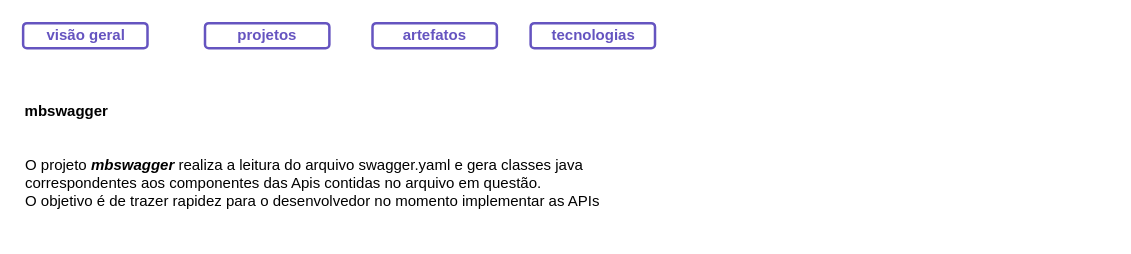
andretrindade/mock-bank-project keeps this draw.io diagram as page "mbswagger" (10 of 18) of as-is-mock-bank.drawio. Above is the earlier version. Source tidied: cells renumbered, new cells numbered last; positions are measured from the earlier drawing's top-left corner, leaving out a move shared by most shapes. Both pictures are drawn from the tidied source at 125%, with x=0, y=0 at pixel (22, 22).
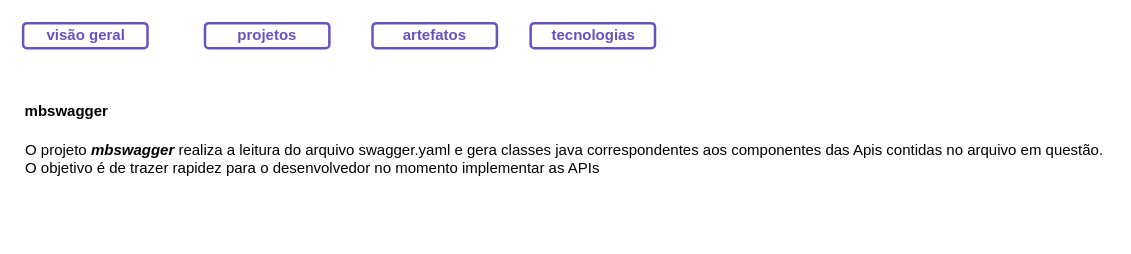
The same page after the edit.

Commit message (it also covers changes not shown here):
feat - adiciona arquivo drawio

The edit, as a diff of the source:
```diff
@@
 <mxGraphModel>
   <root>
     <mxCell id="0" />
     <mxCell id="1" parent="0" />
     <mxCell id="2" value="mbswagger" style="text;html=1;align=center;verticalAlign=middle;whiteSpace=wrap;rounded=0;fontStyle=1;" parent="1" vertex="1">
       <mxGeometry x="5" y="56" width="60" height="30" as="geometry" />
     </mxCell>
-    <mxCell id="3" value="O projeto &lt;i&gt;&lt;b&gt;mbswagger&lt;/b&gt;&lt;/i&gt; realiza a leitura do arquivo swagger.yaml e gera classes java correspondentes aos componentes das Apis contidas no arquivo em questão.&lt;div&gt;O objetivo é de trazer rapidez para o desenvolvedor no momento implementar as APIs&amp;nbsp;&lt;/div&gt;" style="text;html=1;align=left;verticalAlign=middle;whiteSpace=wrap;rounded=0;" parent="1" vertex="1">
-      <mxGeometry y="88" width="500" height="80" as="geometry" />
+    <mxCell id="3" value="O projeto &lt;i&gt;&lt;b&gt;mbswagger&lt;/b&gt;&lt;/i&gt; realiza a leitura do arquivo swagger.yaml e gera classes java correspondentes aos componentes das Apis contidas no arquivo em questão.&lt;div&gt;O objetivo é de trazer rapidez para o desenvolvedor no momento implementar as APIs&amp;nbsp;&lt;/div&gt;&lt;div&gt;&lt;br&gt;&lt;/div&gt;" style="text;html=1;align=left;verticalAlign=middle;whiteSpace=wrap;rounded=0;" parent="1" vertex="1">
+      <mxGeometry y="88" width="870" height="56" as="geometry" />
     </mxCell>
     <mxCell id="4" value="visão geral" style="dashed=0;html=1;rounded=1;strokeColor=#6554C0;fontSize=12;align=center;fontStyle=1;strokeWidth=2;fontColor=#6554C0;" parent="1" vertex="1">
       <mxGeometry width="99.5" height="20" as="geometry" />
     </mxCell>
     <mxCell id="5" value="projetos" style="dashed=0;html=1;rounded=1;strokeColor=#6554C0;fontSize=12;align=center;fontStyle=1;strokeWidth=2;fontColor=#6554C0;" parent="1" vertex="1">
       <mxGeometry x="145.5" width="99.5" height="20" as="geometry" />
     </mxCell>
     <mxCell id="6" value="artefatos" style="dashed=0;html=1;rounded=1;strokeColor=#6554C0;fontSize=12;align=center;fontStyle=1;strokeWidth=2;fontColor=#6554C0;" parent="1" vertex="1">
       <mxGeometry x="279.5" width="99.5" height="20" as="geometry" />
     </mxCell>
     <mxCell id="7" value="tecnologias" style="dashed=0;html=1;rounded=1;strokeColor=#6554C0;fontSize=12;align=center;fontStyle=1;strokeWidth=2;fontColor=#6554C0;" parent="1" vertex="1">
       <mxGeometry x="406" width="99.5" height="20" as="geometry" />
     </mxCell>
   </root>
 </mxGraphModel>
```
